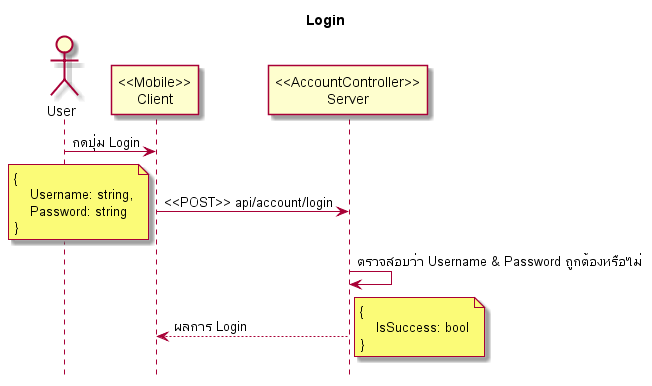
Above: Hotel/Diagrams/Login.png in powerofwind/coding-dojo (PlantUML), before the change. The source it was exported from:
```plantuml
@startuml

hide footbox
title Login

actor User
participant "<<Mobile>>\nClient" as Client
participant "<<AccountController>>\nServer" as Server

User -> Client: กดปุ่ม Login
Client -> Server: <<POST>> api/account/login
note left
    {
        Username: string,
        Password: string
    }
end note
Server -> Server: ตรวจสอบว่า Username & Password ถูกต้องหรือไม่
Server --> Client: ผลการ Login
note right
    {
        IsSuccess: bool
    }
end note

@enduml
```
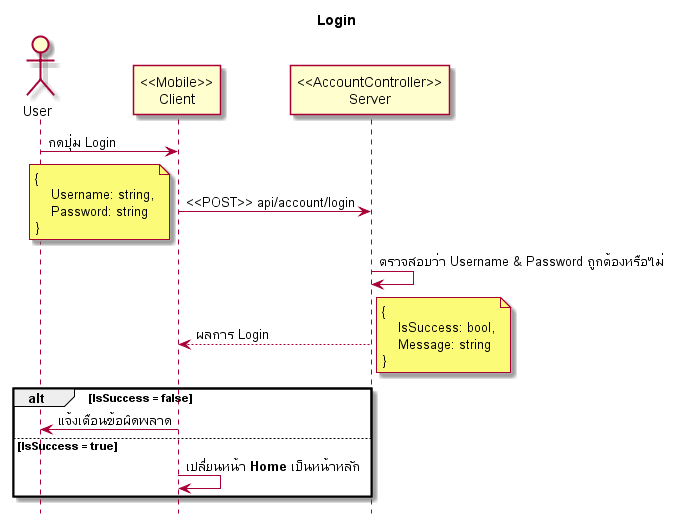
After the change.

Commit message:
Updated acceptance criteria for Login & Register modules.

The edit, as a diff of the source:
```diff
@@ -19,8 +19,14 @@
 Server --> Client: ผลการ Login
 note right
     {
-        IsSuccess: bool
+        IsSuccess: bool,
+        Message: string
     }
 end note
+alt IsSuccess = false
+    Client -> User: แจ้งเตือนข้อผิดพลาด
+else IsSuccess = true
+    Client -> Client: เปลี่ยนหน้า **Home** เป็นหน้าหลัก
+end
 
 @enduml
```
